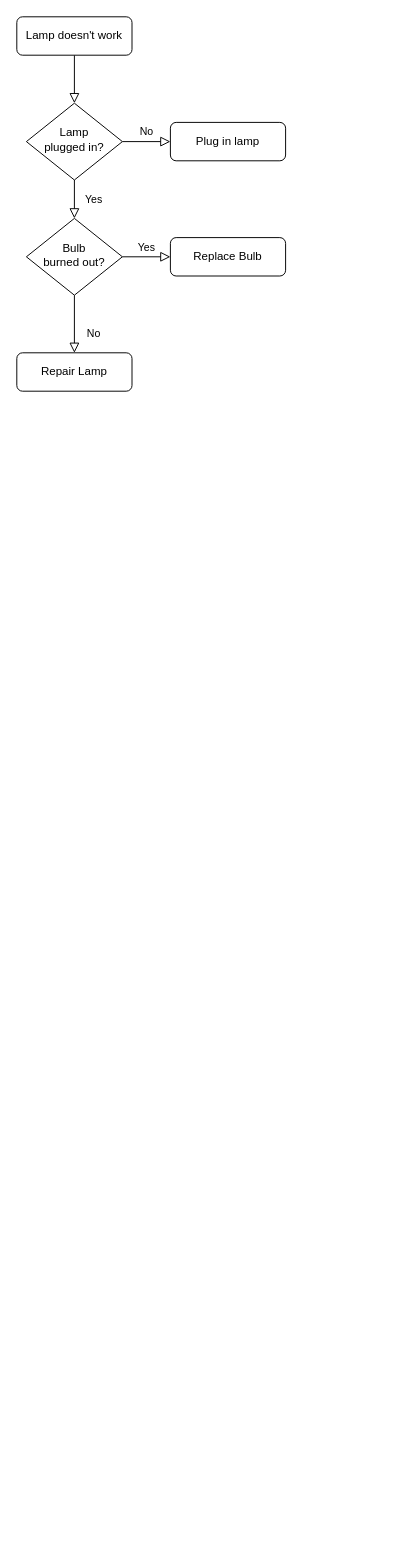
The draw.io diagram customaddons/Untitled Diagram.drawio in kiensamson0000/odoo14_customaddons, before the edit. Source tidied: cells renumbered, new cells numbered last; positions are measured from the earlier drawing's top-left corner, leaving out a move shared by most shapes. Both pictures are drawn from the tidied source at 96%, with x=0, y=0 at pixel (16, 16).
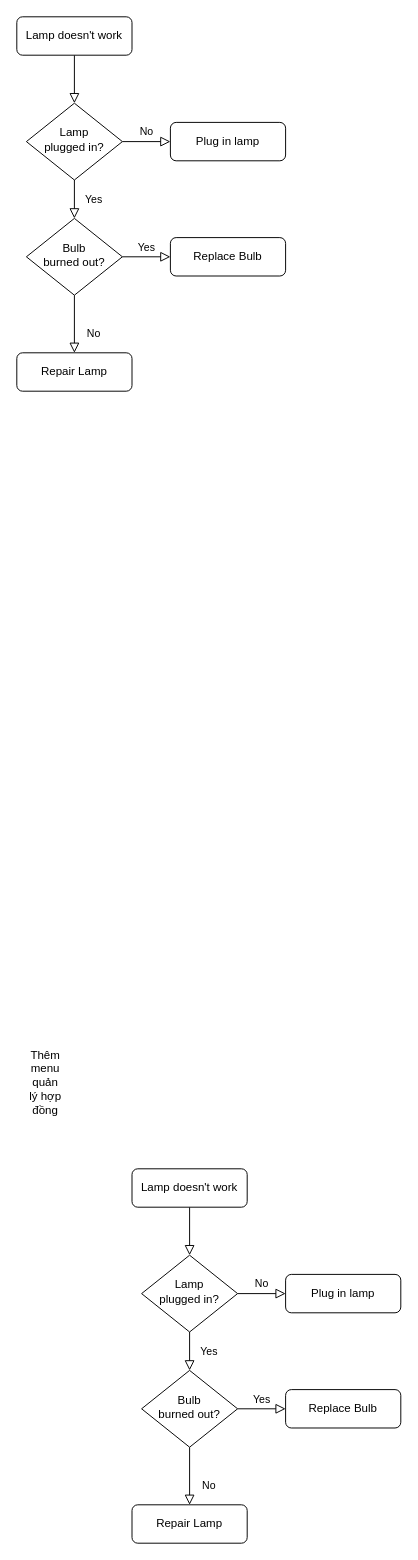
The same diagram, later.

What changed in the source:
```diff
@@
+    <mxCell id="13" style="rounded=0;html=1;jettySize=auto;fontSize=11;endArrow=block;endFill=0;endSize=8;strokeWidth=1;shadow=0;labelBackgroundColor=none;edgeStyle=orthogonalEdgeStyle;" parent="1" edge="1" source="14" target="17">
+      <mxGeometry relative="1" as="geometry" />
+    </mxCell>
+    <mxCell id="14" value="Lamp doesn't work" style="rounded=1;whiteSpace=wrap;html=1;fontSize=12;glass=0;strokeWidth=1;shadow=0;" parent="1" vertex="1">
+      <mxGeometry x="120" y="1200" width="120" height="40" as="geometry" />
+    </mxCell>
+    <mxCell id="15" value="Yes" style="rounded=0;html=1;jettySize=auto;fontSize=11;endArrow=block;endFill=0;endSize=8;strokeWidth=1;shadow=0;labelBackgroundColor=none;edgeStyle=orthogonalEdgeStyle;" parent="1" edge="1" source="17" target="21">
+      <mxGeometry y="20" relative="1" as="geometry" />
+    </mxCell>
+    <mxCell id="16" value="No" style="edgeStyle=orthogonalEdgeStyle;rounded=0;html=1;jettySize=auto;fontSize=11;endArrow=block;endFill=0;endSize=8;strokeWidth=1;shadow=0;labelBackgroundColor=none;" parent="1" edge="1" source="17" target="18">
+      <mxGeometry y="10" relative="1" as="geometry" />
+    </mxCell>
+    <mxCell id="17" value="Lamp&lt;br&gt;plugged in?" style="rhombus;whiteSpace=wrap;html=1;shadow=0;fontFamily=Helvetica;fontSize=12;align=center;strokeWidth=1;spacing=6;spacingTop=-4;" parent="1" vertex="1">
+      <mxGeometry x="130" y="1290" width="100" height="80" as="geometry" />
+    </mxCell>
+    <mxCell id="18" value="Plug in lamp" style="rounded=1;whiteSpace=wrap;html=1;fontSize=12;glass=0;strokeWidth=1;shadow=0;" parent="1" vertex="1">
+      <mxGeometry x="280" y="1310" width="120" height="40" as="geometry" />
+    </mxCell>
+    <mxCell id="19" value="No" style="rounded=0;html=1;jettySize=auto;fontSize=11;endArrow=block;endFill=0;endSize=8;strokeWidth=1;shadow=0;labelBackgroundColor=none;edgeStyle=orthogonalEdgeStyle;" parent="1" edge="1" source="21" target="22">
+      <mxGeometry x="0.33" y="20" relative="1" as="geometry" />
+    </mxCell>
+    <mxCell id="20" value="Yes" style="edgeStyle=orthogonalEdgeStyle;rounded=0;html=1;jettySize=auto;fontSize=11;endArrow=block;endFill=0;endSize=8;strokeWidth=1;shadow=0;labelBackgroundColor=none;" parent="1" edge="1" source="21" target="23">
+      <mxGeometry y="10" relative="1" as="geometry" />
+    </mxCell>
+    <mxCell id="21" value="Bulb&lt;br&gt;burned out?" style="rhombus;whiteSpace=wrap;html=1;shadow=0;fontFamily=Helvetica;fontSize=12;align=center;strokeWidth=1;spacing=6;spacingTop=-4;" parent="1" vertex="1">
+      <mxGeometry x="130" y="1410" width="100" height="80" as="geometry" />
+    </mxCell>
+    <mxCell id="22" value="Repair Lamp" style="rounded=1;whiteSpace=wrap;html=1;fontSize=12;glass=0;strokeWidth=1;shadow=0;" parent="1" vertex="1">
+      <mxGeometry x="120" y="1550" width="120" height="40" as="geometry" />
+    </mxCell>
+    <mxCell id="23" value="Replace Bulb" style="rounded=1;whiteSpace=wrap;html=1;fontSize=12;glass=0;strokeWidth=1;shadow=0;" parent="1" vertex="1">
+      <mxGeometry x="280" y="1430" width="120" height="40" as="geometry" />
+    </mxCell>
+    <mxCell id="24" value="Thêm menu quản lý hợp đồng" style="text;html=1;strokeColor=none;fillColor=none;align=center;verticalAlign=middle;whiteSpace=wrap;rounded=0;" parent="1" vertex="1">
+      <mxGeometry x="10" y="1100" width="40" height="20" as="geometry" />
+    </mxCell>
```
